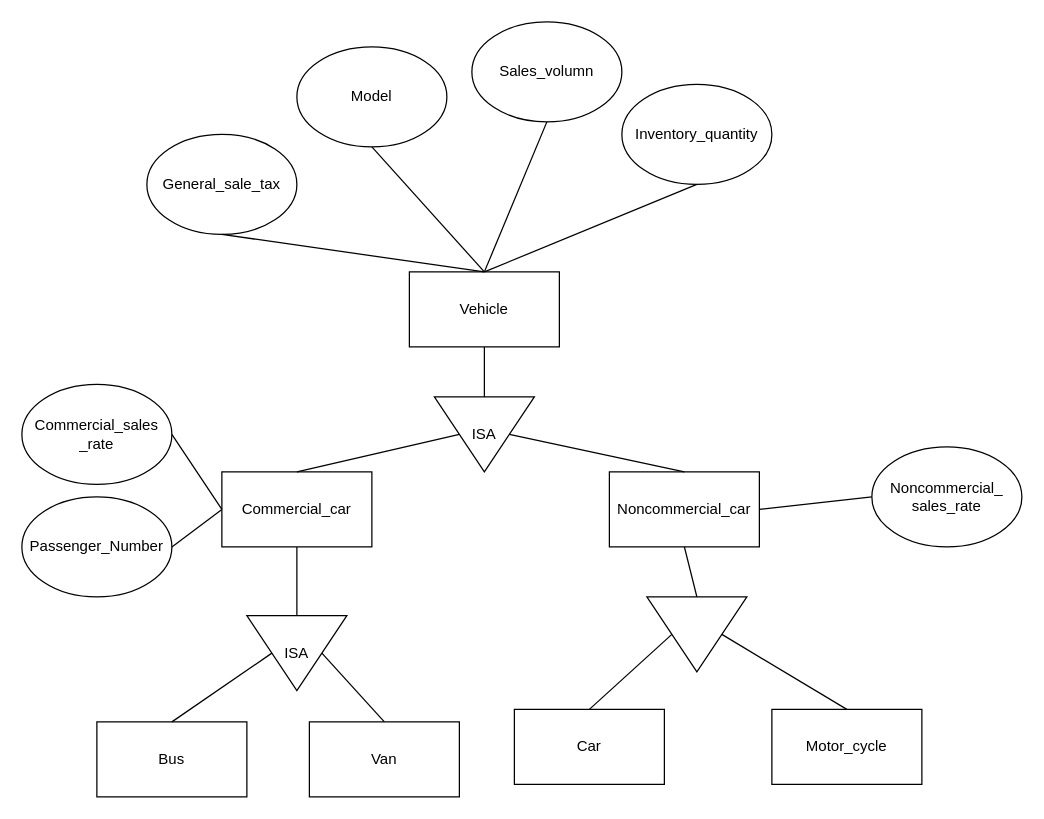
The draw.io diagram AS_01_Q2.drawio in Yang-lin-09/Diagram, before the edit. Source tidied: cells renumbered, new cells numbered last; positions are measured from the earlier drawing's top-left corner, leaving out a move shared by most shapes. Both pictures are drawn from the tidied source at 125%, with x=0, y=0 at pixel (21, 21).
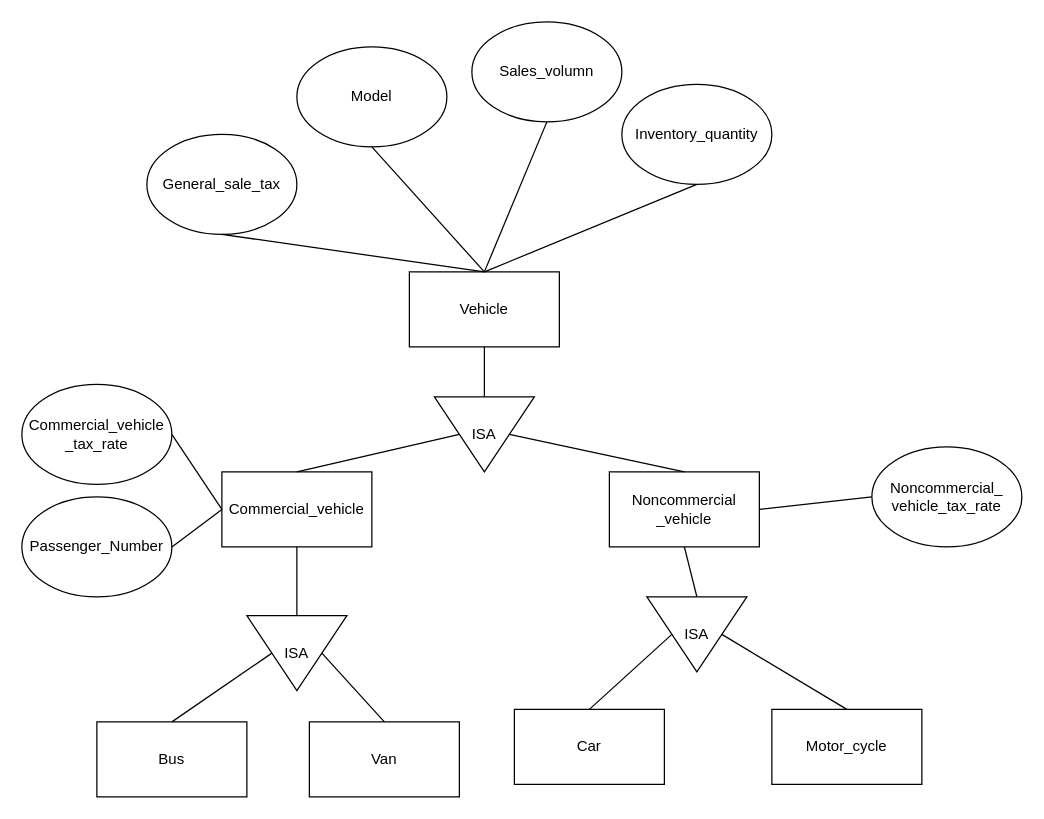
The same page after the edit.

Change to the diagram source:
```diff
@@
-    <mxCell id="17" value="Commercial_car" style="rounded=0;whiteSpace=wrap;html=1;" parent="1" vertex="1">
+    <mxCell id="17" value="Commercial_vehicle" style="rounded=0;whiteSpace=wrap;html=1;" parent="1" vertex="1">
       <mxGeometry x="160" y="360" width="120" height="60" as="geometry" />
     </mxCell>
@@
-    <mxCell id="19" value="Noncommercial_car" style="rounded=0;whiteSpace=wrap;html=1;" parent="1" vertex="1">
+    <mxCell id="19" value="Noncommercial&lt;br&gt;_vehicle" style="rounded=0;whiteSpace=wrap;html=1;" parent="1" vertex="1">
       <mxGeometry x="470" y="360" width="120" height="60" as="geometry" />
     </mxCell>
@@
-    <mxCell id="21" value="Commercial_sales&lt;br&gt;_rate" style="ellipse;whiteSpace=wrap;html=1;" parent="1" vertex="1">
+    <mxCell id="21" value="Commercial_vehicle&lt;br&gt;_tax_rate" style="ellipse;whiteSpace=wrap;html=1;" parent="1" vertex="1">
       <mxGeometry y="290" width="120" height="80" as="geometry" />
     </mxCell>
@@
-    <mxCell id="26" value="Noncommercial_&lt;br&gt;sales_rate" style="ellipse;whiteSpace=wrap;html=1;" parent="1" vertex="1">
+    <mxCell id="26" value="Noncommercial_&lt;br&gt;vehicle_tax_rate" style="ellipse;whiteSpace=wrap;html=1;" parent="1" vertex="1">
       <mxGeometry x="680" y="340" width="120" height="80" as="geometry" />
     </mxCell>
@@
-    <mxCell id="33" style="triangle;whiteSpace=wrap;html=1;direction=south;" parent="1" vertex="1">
+    <mxCell id="33" value="ISA" style="triangle;whiteSpace=wrap;html=1;direction=south;" parent="1" vertex="1">
       <mxGeometry x="500" y="460" width="80" height="60" as="geometry" />
     </mxCell>
```
